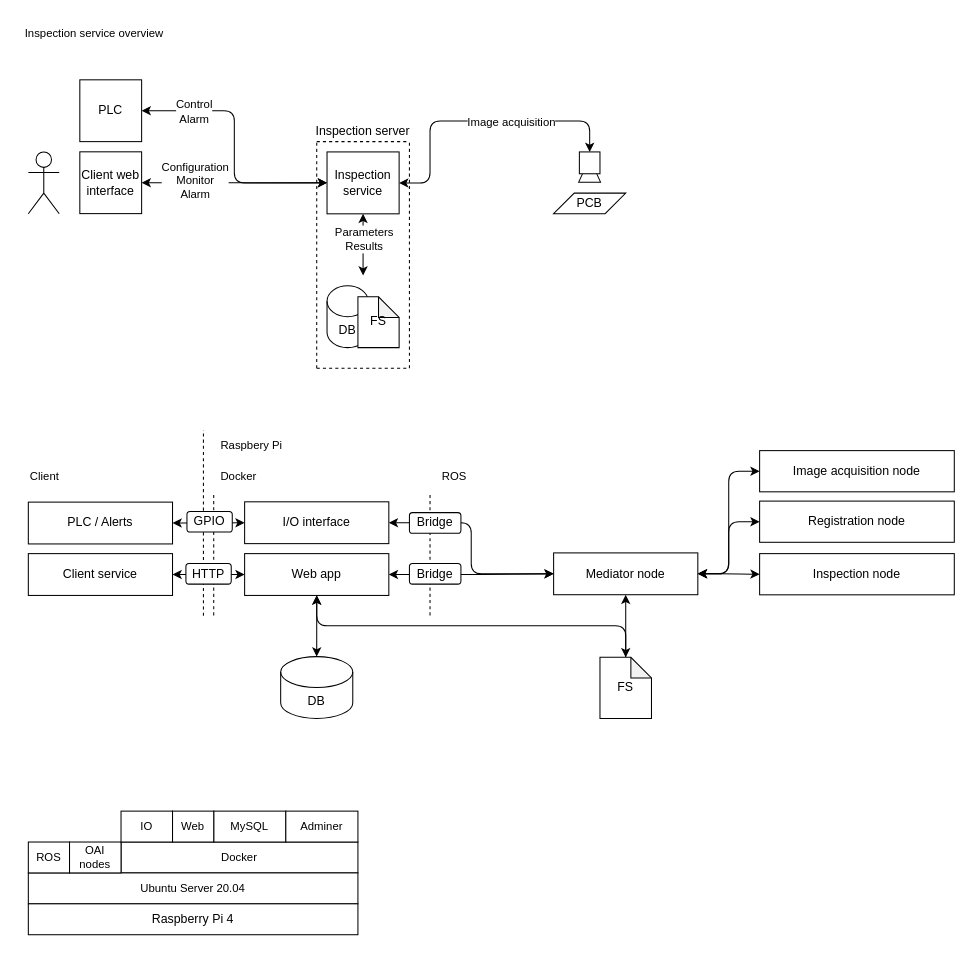
Above: page "System architecture overview" (1 of 3) of design.drawio in ChrnyaevEK/open-aoi (draw.io), before the change. Source tidied: cells renumbered, new cells numbered last; positions are measured from the earlier drawing's top-left corner, leaving out a move shared by most shapes. Both pictures are drawn from the tidied source at 103%, with x=0, y=0 at pixel (23, 18).
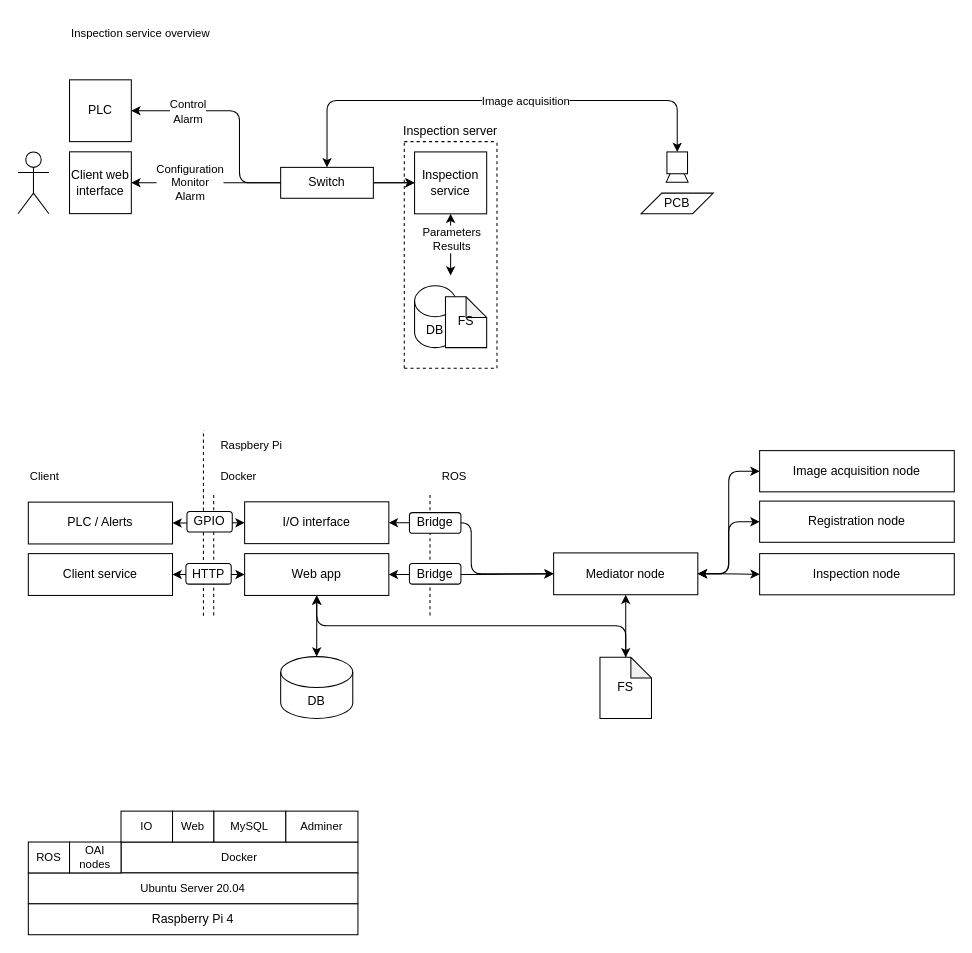
The same page after the edit.

Unchanged cells that the change refers to:
```xml
<mxCell id="16" style="rounded=0;whiteSpace=wrap;html=1;" parent="14" vertex="1">
  <mxGeometry width="20" height="21.2" as="geometry" />
</mxCell>
```

What changed in the source:
```diff
@@
     <mxCell id="3" style="shape=umlActor;verticalLabelPosition=bottom;verticalAlign=top;html=1;" parent="1" vertex="1">
-      <mxGeometry x="5" y="130" width="30" height="60" as="geometry" />
+      <mxGeometry x="-5" y="130" width="30" height="60" as="geometry" />
     </mxCell>
     <mxCell id="4" style="edgeStyle=orthogonalEdgeStyle;jumpStyle=none;html=1;startArrow=classic;startFill=1;fillColor=default;" parent="1" edge="1" source="6" target="11">
       <mxGeometry relative="1" as="geometry">
         <Array as="points">
-          <mxPoint x="265" y="160" />
-          <mxPoint x="265" y="160" />
+          <mxPoint x="350" y="160" />
+          <mxPoint x="350" y="160" />
         </Array>
       </mxGeometry>
     </mxCell>
     <mxCell id="5" value="Configuration&lt;br&gt;Monitor&lt;br&gt;Alarm" style="edgeLabel;html=1;align=center;verticalAlign=middle;" parent="4" vertex="1">
       <mxGeometry x="0.2" relative="1" as="geometry">
-        <mxPoint x="-57" y="-2" as="offset" />
+        <mxPoint x="-109" as="offset" />
       </mxGeometry>
     </mxCell>
     <mxCell id="6" value="Client web interface" style="rounded=0;whiteSpace=wrap;html=1;fillColor=default;" parent="1" vertex="1">
-      <mxGeometry x="55" y="129.9" width="60" height="60" as="geometry" />
+      <mxGeometry x="45" y="129.9" width="60" height="60" as="geometry" />
     </mxCell>
-    <mxCell id="7" style="edgeStyle=orthogonalEdgeStyle;jumpStyle=none;html=1;entryX=0.5;entryY=0;entryDx=0;entryDy=0;startArrow=classic;startFill=1;fillColor=default;" parent="1" edge="1" source="11" target="16">
+    <mxCell id="7" style="edgeStyle=orthogonalEdgeStyle;jumpStyle=none;html=1;entryX=0.5;entryY=0;entryDx=0;entryDy=0;startArrow=classic;startFill=1;fillColor=default;exitX=0.5;exitY=0;exitDx=0;exitDy=0;" parent="1" edge="1" source="68" target="16">
       <mxGeometry relative="1" as="geometry">
         <Array as="points">
-          <mxPoint x="395" y="160" />
-          <mxPoint x="395" y="100" />
-          <mxPoint x="550" y="100" />
+          <mxPoint x="295" y="80" />
+          <mxPoint x="635" y="80" />
         </Array>
       </mxGeometry>
     </mxCell>
@@
     <mxCell id="9" style="edgeStyle=orthogonalEdgeStyle;jumpStyle=none;html=1;startArrow=classic;startFill=1;fillColor=default;" parent="1" edge="1" source="11">
       <mxGeometry relative="1" as="geometry">
-        <mxPoint x="330" y="250" as="targetPoint" />
+        <mxPoint x="415" y="250" as="targetPoint" />
       </mxGeometry>
     </mxCell>
@@
     <mxCell id="11" value="Inspection service" style="rounded=0;whiteSpace=wrap;html=1;fillColor=default;" parent="1" vertex="1">
-      <mxGeometry x="295" y="130" width="70" height="60.1" as="geometry" />
+      <mxGeometry x="380" y="130" width="70" height="60.1" as="geometry" />
     </mxCell>
     <mxCell id="12" value="DB" style="shape=cylinder3;whiteSpace=wrap;html=1;boundedLbl=1;backgroundOutline=1;size=15;" parent="1" vertex="1">
-      <mxGeometry x="295" y="260" width="40" height="60" as="geometry" />
+      <mxGeometry x="380" y="260" width="40" height="60" as="geometry" />
     </mxCell>
     <mxCell id="13" style="group;" parent="1" vertex="1">
-      <mxGeometry x="515" y="130" width="70" height="60" as="geometry" />
+      <mxGeometry x="600" y="130" width="70" height="60" as="geometry" />
     </mxCell>
@@
     <mxCell id="18" style="endArrow=none;dashed=1;html=1;fillColor=default;jumpStyle=none;" parent="1" edge="1">
       <mxGeometry relative="1" as="geometry">
-        <mxPoint x="285" y="120" as="sourcePoint" />
-        <mxPoint x="375" y="120" as="targetPoint" />
+        <mxPoint x="370" y="120" as="sourcePoint" />
+        <mxPoint x="460" y="120" as="targetPoint" />
       </mxGeometry>
     </mxCell>
     <mxCell id="19" style="endArrow=none;dashed=1;html=1;fillColor=default;jumpStyle=none;" parent="1" edge="1">
       <mxGeometry relative="1" as="geometry">
-        <mxPoint x="285" y="340" as="sourcePoint" />
-        <mxPoint x="375" y="340" as="targetPoint" />
+        <mxPoint x="370" y="340" as="sourcePoint" />
+        <mxPoint x="460" y="340" as="targetPoint" />
       </mxGeometry>
     </mxCell>
     <mxCell id="20" style="endArrow=none;dashed=1;html=1;fillColor=default;jumpStyle=none;" parent="1" edge="1">
       <mxGeometry relative="1" as="geometry">
-        <mxPoint x="285" y="340" as="sourcePoint" />
-        <mxPoint x="285" y="120" as="targetPoint" />
+        <mxPoint x="370" y="340" as="sourcePoint" />
+        <mxPoint x="370" y="120" as="targetPoint" />
       </mxGeometry>
     </mxCell>
     <mxCell id="21" style="endArrow=none;dashed=1;html=1;fillColor=default;jumpStyle=none;" parent="1" edge="1">
       <mxGeometry relative="1" as="geometry">
-        <mxPoint x="375" y="340" as="sourcePoint" />
-        <mxPoint x="375" y="120" as="targetPoint" />
+        <mxPoint x="460" y="340" as="sourcePoint" />
+        <mxPoint x="460" y="120" as="targetPoint" />
       </mxGeometry>
     </mxCell>
     <mxCell id="22" value="Inspection server" style="text;html=1;strokeColor=none;fillColor=none;align=center;verticalAlign=middle;whiteSpace=wrap;rounded=0;" parent="1" vertex="1">
-      <mxGeometry x="280" y="100" width="100" height="20" as="geometry" />
+      <mxGeometry x="365" y="100" width="100" height="20" as="geometry" />
     </mxCell>
@@
-    <mxCell id="40" style="edgeStyle=orthogonalEdgeStyle;jumpStyle=none;html=1;entryX=0;entryY=0.5;entryDx=0;entryDy=0;fontSize=11;startArrow=classic;startFill=1;fillColor=default;" parent="1" edge="1" source="42" target="11">
+    <mxCell id="40" style="edgeStyle=orthogonalEdgeStyle;jumpStyle=none;html=1;entryX=0;entryY=0.5;entryDx=0;entryDy=0;fontSize=11;startArrow=none;startFill=1;fillColor=default;" parent="1" edge="1" source="68" target="11">
       <mxGeometry relative="1" as="geometry" />
     </mxCell>
-    <mxCell id="41" value="Control&lt;br&gt;Alarm" style="edgeLabel;html=1;align=center;verticalAlign=middle;fontSize=11;" parent="40" vertex="1">
-      <mxGeometry x="-0.69" relative="1" as="geometry">
-        <mxPoint x="11" as="offset" />
-      </mxGeometry>
-    </mxCell>
     <mxCell id="42" value="PLC" style="rounded=0;whiteSpace=wrap;html=1;fillColor=default;" parent="1" vertex="1">
-      <mxGeometry x="55" y="60" width="60" height="60" as="geometry" />
+      <mxGeometry x="45" y="60" width="60" height="60" as="geometry" />
     </mxCell>
@@
     <mxCell id="44" value="Inspection service overview" style="text;html=1;strokeColor=none;fillColor=none;align=left;verticalAlign=middle;whiteSpace=wrap;rounded=0;fontSize=11;" parent="1" vertex="1">
-      <mxGeometry width="170" height="30" as="geometry" />
+      <mxGeometry x="45" width="170" height="30" as="geometry" />
     </mxCell>
@@
     <mxCell id="66" value="FS" style="shape=note;whiteSpace=wrap;html=1;backgroundOutline=1;darkOpacity=0.05;size=20;" parent="1" vertex="1">
-      <mxGeometry x="325" y="270.7" width="40" height="49.3" as="geometry" />
+      <mxGeometry x="410" y="270.7" width="40" height="49.3" as="geometry" />
     </mxCell>
+    <mxCell id="67" style="edgeStyle=orthogonalEdgeStyle;jumpStyle=none;html=1;entryX=0;entryY=0.5;entryDx=0;entryDy=0;fontSize=11;startArrow=classic;startFill=1;fillColor=default;endArrow=none;" parent="1" edge="1" source="42" target="68">
+      <mxGeometry relative="1" as="geometry">
+        <Array as="points">
+          <mxPoint x="210" y="90" />
+          <mxPoint x="210" y="160" />
+        </Array>
+      </mxGeometry>
+    </mxCell>
+    <mxCell id="41" value="Control&lt;br&gt;Alarm" style="edgeLabel;html=1;align=center;verticalAlign=middle;fontSize=11;" parent="67" vertex="1">
+      <mxGeometry x="-0.69" relative="1" as="geometry">
+        <mxPoint x="21" as="offset" />
+      </mxGeometry>
+    </mxCell>
+    <mxCell id="68" value="Switch" style="rounded=0;whiteSpace=wrap;html=1;strokeColor=default;" parent="1" vertex="1">
+      <mxGeometry x="250" y="145" width="90" height="30" as="geometry" />
+    </mxCell>
```
